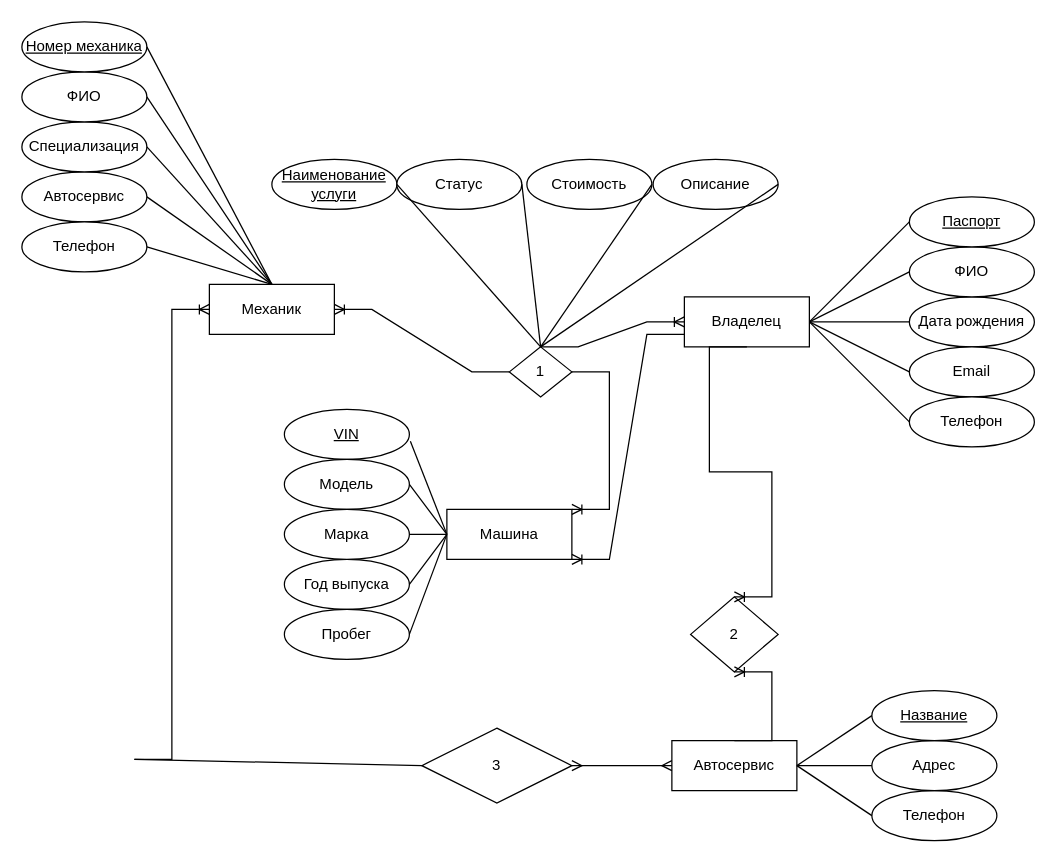
Earlier version of the draw.io diagram ER-диаграма Турчин.drawio.xml (Lolonit/nspu-prpd-). Source tidied: cells renumbered, new cells numbered last; positions are measured from the earlier drawing's top-left corner, leaving out a move shared by most shapes. Both pictures are drawn from the tidied source at 125%, with x=0, y=0 at pixel (21, 21).
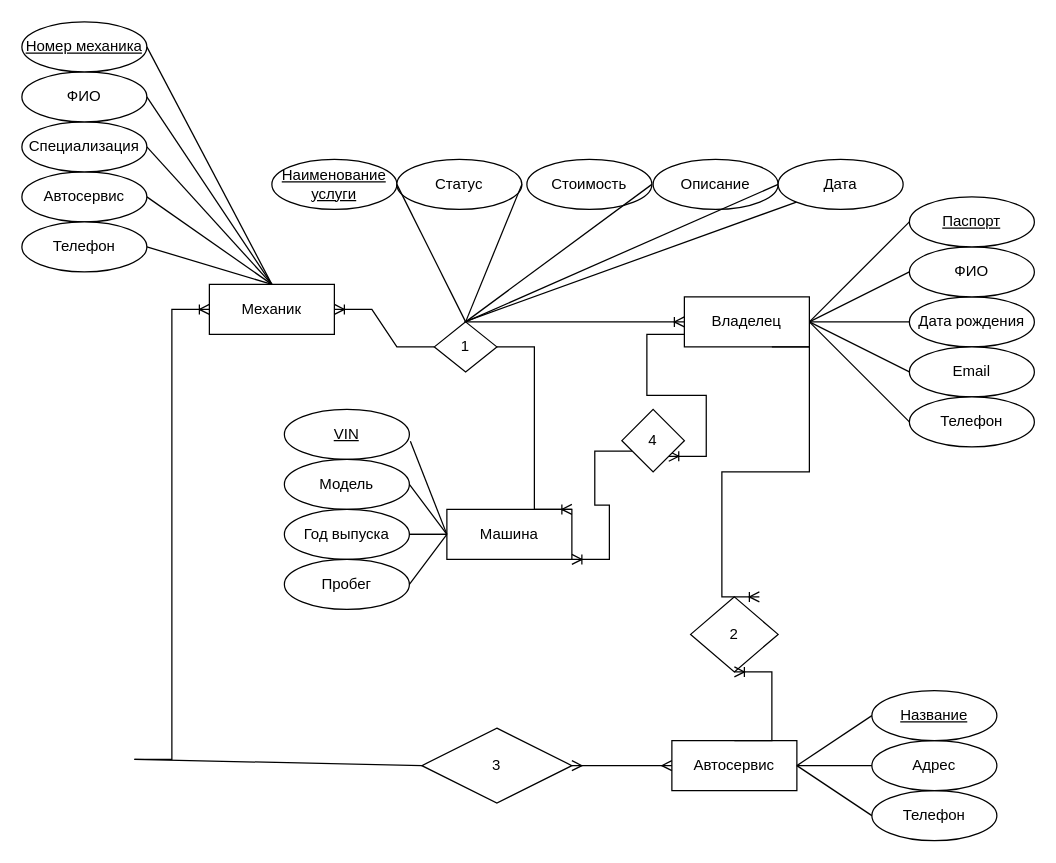
After the change.

The change refers to these unchanged cells:
```xml
<mxCell id="2" value="Машина" style="whiteSpace=wrap;html=1;align=center;" parent="1" vertex="1">
  <mxGeometry x="340" y="390" width="100" height="40" as="geometry" />
</mxCell>
<mxCell id="8" value="Владелец" style="whiteSpace=wrap;html=1;align=center;" parent="1" vertex="1">
  <mxGeometry x="530" y="220" width="100" height="40" as="geometry" />
</mxCell>
<mxCell id="52" value="&lt;div&gt;2&lt;/div&gt;" style="shape=rhombus;perimeter=rhombusPerimeter;whiteSpace=wrap;html=1;align=center;" parent="1" vertex="1">
  <mxGeometry x="535" y="460" width="70" height="60" as="geometry" />
</mxCell>
```

What changed in the source:
```diff
@@
     <mxCell id="5" value="Год выпуска" style="ellipse;whiteSpace=wrap;html=1;align=center;" parent="1" vertex="1">
-      <mxGeometry x="210" y="430" width="100" height="40" as="geometry" />
+      <mxGeometry x="210" y="390" width="100" height="40" as="geometry" />
     </mxCell>
-    <mxCell id="6" value="Марка" style="ellipse;whiteSpace=wrap;html=1;align=center;" parent="1" vertex="1">
-      <mxGeometry x="210" y="390" width="100" height="40" as="geometry" />
-    </mxCell>
     <mxCell id="7" value="Пробег" style="ellipse;whiteSpace=wrap;html=1;align=center;" parent="1" vertex="1">
-      <mxGeometry x="210" y="470" width="100" height="40" as="geometry" />
+      <mxGeometry x="210" y="430" width="100" height="40" as="geometry" />
     </mxCell>
@@
     <mxCell id="24" value="1" style="shape=rhombus;perimeter=rhombusPerimeter;whiteSpace=wrap;html=1;align=center;" parent="1" vertex="1">
-      <mxGeometry x="390" y="260" width="50" height="40" as="geometry" />
+      <mxGeometry x="330" y="240" width="50" height="40" as="geometry" />
     </mxCell>
@@
-    <mxCell id="31" style="endArrow=none;html=1;rounded=0;entryX=0;entryY=0.5;entryDx=0;entryDy=0;" parent="1" edge="1" source="6" target="2">
-      <mxGeometry relative="1" as="geometry" />
+    <mxCell id="31" style="endArrow=none;html=1;rounded=0;entryX=0;entryY=0.5;entryDx=0;entryDy=0;" parent="1" edge="1" target="2">
+      <mxGeometry relative="1" as="geometry">
+        <mxPoint x="310" y="410" as="sourcePoint" />
+      </mxGeometry>
     </mxCell>
@@
-    <mxCell id="55" style="edgeStyle=entityRelationEdgeStyle;fontSize=12;html=1;endArrow=ERoneToMany;rounded=0;exitX=0.5;exitY=1;exitDx=0;exitDy=0;entryX=0.5;entryY=0;entryDx=0;entryDy=0;" parent="1" edge="1" source="8" target="52">
+    <mxCell id="55" style="edgeStyle=entityRelationEdgeStyle;fontSize=12;html=1;endArrow=ERoneToMany;rounded=0;exitX=0.5;exitY=1;exitDx=0;exitDy=0;entryX=0.5;entryY=0;entryDx=0;entryDy=0;" parent="1" edge="1">
       <mxGeometry relative="1" as="geometry">
+        <mxPoint x="600" y="260" as="sourcePoint" />
+        <mxPoint x="590" y="460" as="targetPoint" />
         <Array as="points">
-          <mxPoint x="570" y="410" />
-          <mxPoint x="590" y="390" />
-          <mxPoint x="610" y="380" />
+          <mxPoint x="590" y="410" />
+          <mxPoint x="610" y="390" />
+          <mxPoint x="630" y="380" />
         </Array>
       </mxGeometry>
     </mxCell>
@@
-    <mxCell id="61" style="edgeStyle=entityRelationEdgeStyle;fontSize=12;html=1;endArrow=ERoneToMany;rounded=0;exitX=0;exitY=0.75;exitDx=0;exitDy=0;entryX=1;entryY=1;entryDx=0;entryDy=0;" parent="1" edge="1" source="8" target="2">
+    <mxCell id="61" style="edgeStyle=entityRelationEdgeStyle;fontSize=12;html=1;endArrow=ERoneToMany;rounded=0;exitX=0;exitY=0.75;exitDx=0;exitDy=0;entryX=1;entryY=1;entryDx=0;entryDy=0;" parent="1" edge="1" source="63" target="2">
       <mxGeometry relative="1" as="geometry" />
     </mxCell>
+    <mxCell id="62" style="edgeStyle=entityRelationEdgeStyle;fontSize=12;html=1;endArrow=ERoneToMany;rounded=0;exitX=0;exitY=0.75;exitDx=0;exitDy=0;entryX=1;entryY=1;entryDx=0;entryDy=0;" parent="1" edge="1" source="8" target="63">
+      <mxGeometry relative="1" as="geometry" />
+    </mxCell>
+    <mxCell id="63" value="4" style="rhombus;whiteSpace=wrap;html=1;" parent="1" vertex="1">
+      <mxGeometry x="480" y="310" width="50" height="50" as="geometry" />
+    </mxCell>
+    <mxCell id="64" value="Дата" style="ellipse;whiteSpace=wrap;html=1;align=center;" parent="1" vertex="1">
+      <mxGeometry x="605" y="110" width="100" height="40" as="geometry" />
+    </mxCell>
+    <mxCell id="65" style="endArrow=none;html=1;rounded=0;entryX=0;entryY=1;entryDx=0;entryDy=0;" parent="1" edge="1" target="64">
+      <mxGeometry relative="1" as="geometry">
+        <mxPoint x="354" y="240" as="sourcePoint" />
+      </mxGeometry>
+    </mxCell>
```
